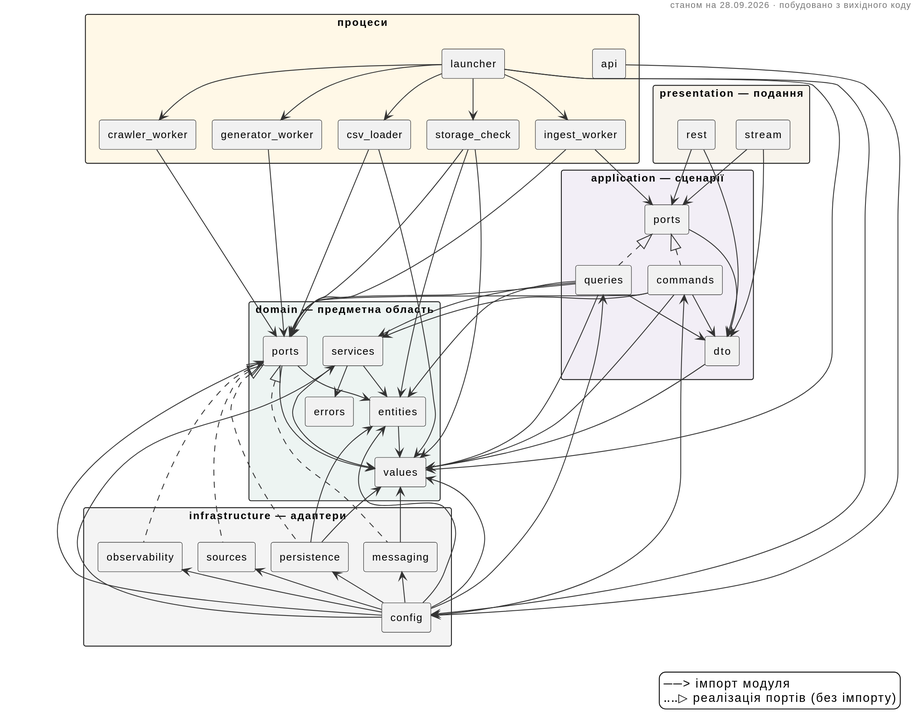
Earlier version of the PlantUML export docs/diagrams/01-modules.svg (Oleksiiska/DB_coursework_D-D).
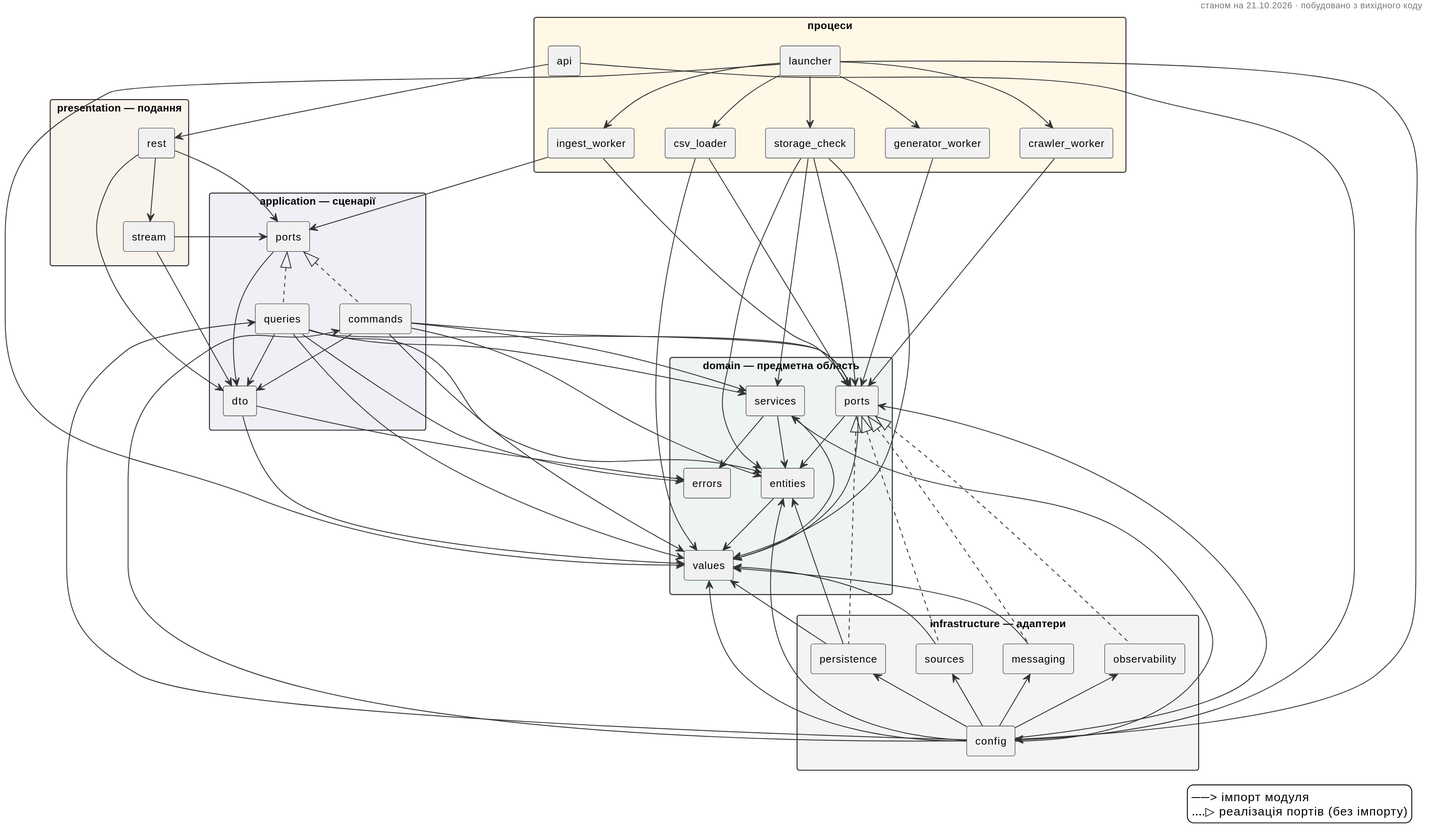
Later version of the same file.

Change to the diagram source:
```diff
@@ -11,7 +11,7 @@
 hide empty members
 
 header
-станом на 28.09.2026 · побудовано з вихідного коду
+станом на 21.10.2026 · побудовано з вихідного коду
 endheader
 
 skinparam componentStyle rectangle
@@ -49,13 +49,16 @@
   component "sources" as m_infrastructure_sources
 }
 m_application_commands --> m_application_dto
+m_application_commands --> m_domain_entities
 m_application_commands --> m_domain_ports
 m_application_commands --> m_domain_services
 m_application_commands --> m_domain_values
+m_application_dto --> m_domain_errors
 m_application_dto --> m_domain_values
 m_application_ports --> m_application_dto
 m_application_queries --> m_application_dto
 m_application_queries --> m_domain_entities
+m_application_queries --> m_domain_errors
 m_application_queries --> m_domain_ports
 m_application_queries --> m_domain_services
 m_application_queries --> m_domain_values
@@ -78,11 +81,14 @@
 m_domain_values <-- m_infrastructure_messaging
 m_domain_entities <-- m_infrastructure_persistence
 m_domain_values <-- m_infrastructure_persistence
+m_domain_values <-- m_infrastructure_sources
 m_presentation_rest --> m_application_dto
 m_presentation_rest --> m_application_ports
+m_presentation_rest --> m_presentation_stream
 m_presentation_stream --> m_application_dto
 m_presentation_stream --> m_application_ports
 m_processes_api --> m_infrastructure_config
+m_processes_api --> m_presentation_rest
 m_processes_crawler_worker --> m_domain_ports
 m_processes_csv_loader --> m_domain_ports
 m_processes_csv_loader --> m_domain_values
@@ -98,6 +104,7 @@
 m_processes_launcher --> m_processes_storage_check
 m_processes_storage_check --> m_domain_entities
 m_processes_storage_check --> m_domain_ports
+m_processes_storage_check --> m_domain_services
 m_processes_storage_check --> m_domain_values
 m_application_ports <|.. m_application_commands
 m_application_ports <|.. m_application_queries
```
